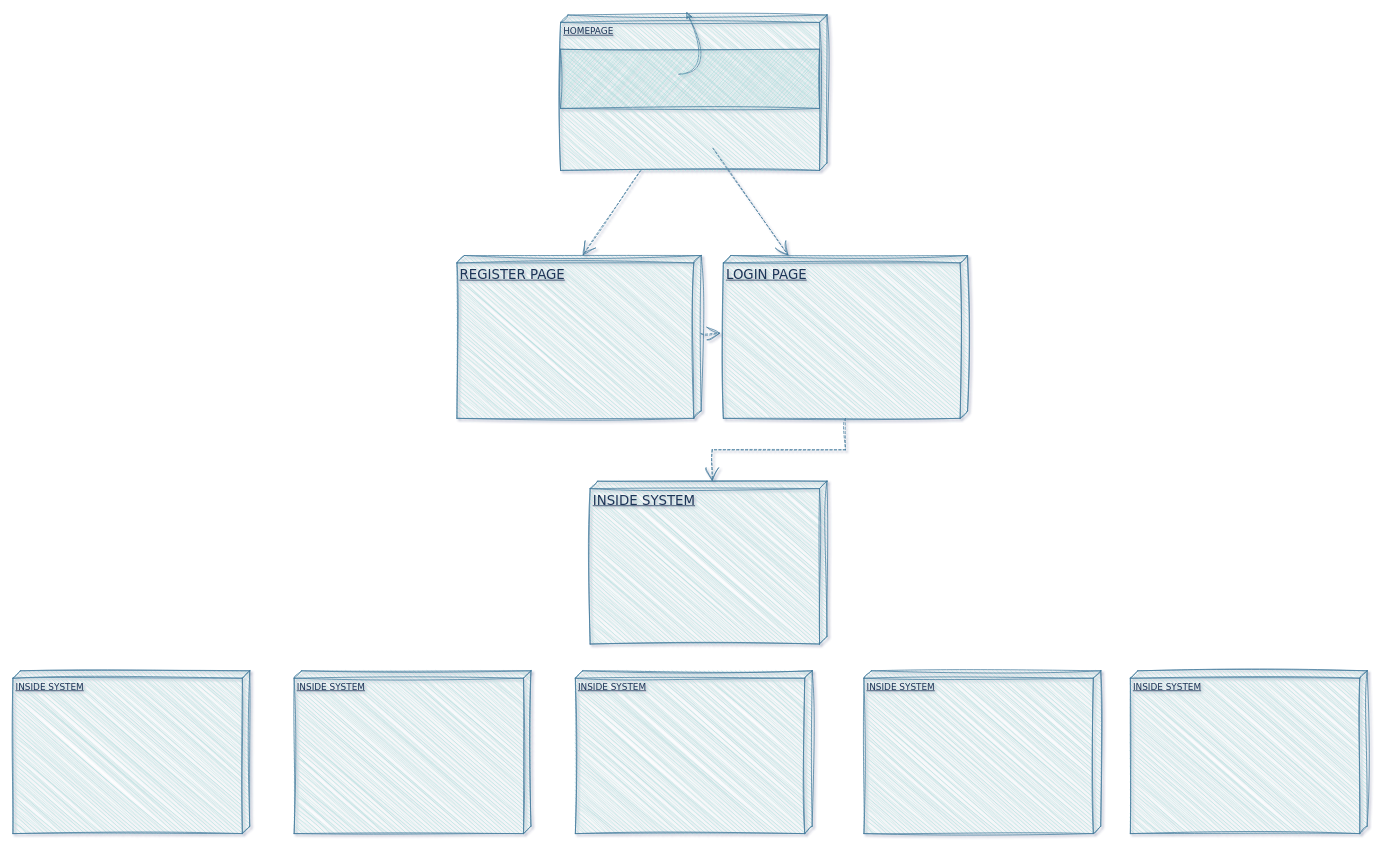
The draw.io diagram Diagrama sem nome.drawio in ICEI-PUC-Minas-PMV-ADS/pmv-ads-2023-1-e1-proj-web-t5-pmv-ads-2023-1-e1-proj-web-t5-protags, before the edit. Source tidied: cells renumbered, new cells numbered last; positions are measured from the earlier drawing's top-left corner, leaving out a move shared by most shapes. Both pictures are drawn from the tidied source at 74%, with x=0, y=0 at pixel (13, 15).
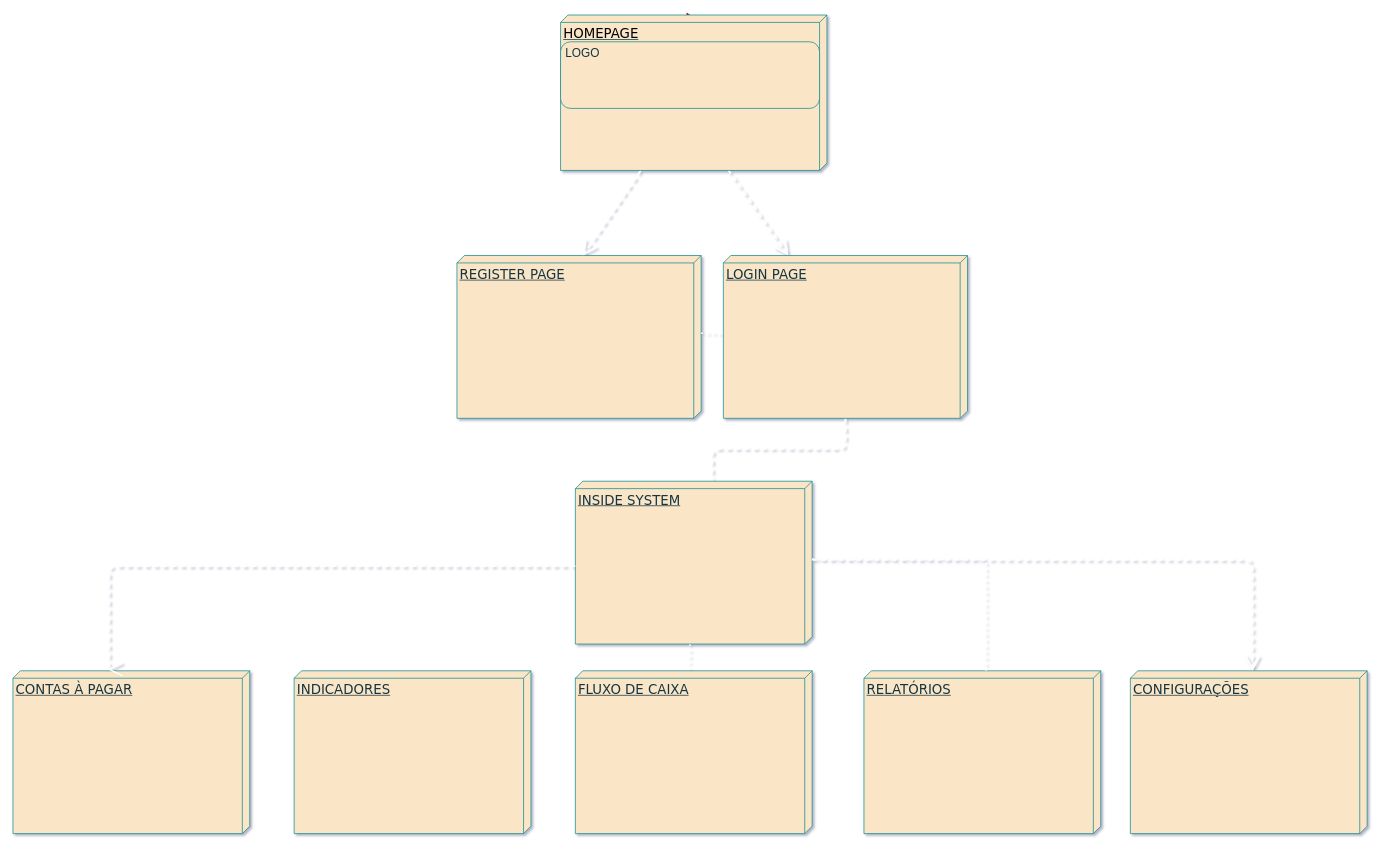
The same diagram, later.

Commit message:
Diagrama Protags

What changed in the source:
```diff
@@
-    <mxCell id="2" value="&lt;font style=&quot;font-size: 18px;&quot;&gt;REGISTER PAGE&lt;/font&gt;" style="verticalAlign=top;align=left;spacingTop=8;spacingLeft=2;spacingRight=12;shape=cube;size=10;direction=south;fontStyle=4;html=1;rounded=0;shadow=0;comic=0;labelBackgroundColor=none;strokeWidth=1;fontFamily=Verdana;fontSize=12;sketch=1;curveFitting=1;jiggle=2;fillColor=#A8DADC;strokeColor=#457B9D;fontColor=#1D3557;" parent="1" vertex="1">
+    <mxCell id="2" value="&lt;font style=&quot;font-size: 18px;&quot;&gt;REGISTER PAGE&lt;/font&gt;" style="verticalAlign=top;align=left;spacingTop=8;spacingLeft=2;spacingRight=12;shape=cube;size=10;direction=south;fontStyle=4;html=1;rounded=1;shadow=0;comic=0;labelBackgroundColor=none;strokeWidth=1;fontFamily=Verdana;fontSize=12;fillColor=#FAE5C7;strokeColor=#0F8B8D;fontColor=#143642;" parent="1" vertex="1">
       <mxGeometry x="600" y="324.8" width="330" height="220" as="geometry" />
     </mxCell>
-    <mxCell id="3" style="edgeStyle=none;rounded=0;html=1;dashed=1;labelBackgroundColor=none;startArrow=none;startFill=0;startSize=8;endArrow=open;endFill=0;endSize=16;fontFamily=Verdana;fontSize=12;sketch=1;curveFitting=1;jiggle=2;strokeColor=#457B9D;fontColor=default;" parent="1" edge="1" target="7">
+    <mxCell id="3" style="edgeStyle=none;rounded=1;html=1;dashed=1;labelBackgroundColor=none;startArrow=none;startFill=0;startSize=8;endArrow=open;endFill=0;endSize=16;fontFamily=Verdana;fontSize=12;strokeColor=#FFFFFF;fontColor=default;strokeWidth=2;" parent="1" edge="1" target="7">
       <mxGeometry relative="1" as="geometry">
         <mxPoint x="946" y="179.8" as="sourcePoint" />
       </mxGeometry>
     </mxCell>
-    <mxCell id="4" style="edgeStyle=none;rounded=0;html=1;dashed=1;labelBackgroundColor=none;startArrow=none;startFill=0;startSize=8;endArrow=open;endFill=0;endSize=16;fontFamily=Verdana;fontSize=12;entryX=0;entryY=0;entryDx=0;entryDy=160;entryPerimeter=0;sketch=1;curveFitting=1;jiggle=2;strokeColor=#457B9D;fontColor=default;" parent="1" edge="1" source="9" target="2">
+    <mxCell id="4" style="edgeStyle=none;rounded=1;html=1;dashed=1;labelBackgroundColor=none;startArrow=none;startFill=0;startSize=8;endArrow=open;endFill=0;endSize=16;fontFamily=Verdana;fontSize=12;entryX=0;entryY=0;entryDx=0;entryDy=160;entryPerimeter=0;strokeColor=#FFFFFF;fontColor=default;strokeWidth=2;" parent="1" edge="1" source="9" target="2">
       <mxGeometry relative="1" as="geometry" />
     </mxCell>
-    <mxCell id="5" style="edgeStyle=orthogonalEdgeStyle;rounded=0;html=1;dashed=1;labelBackgroundColor=none;startArrow=none;startFill=0;startSize=8;endArrow=open;endFill=0;endSize=16;fontFamily=Verdana;fontSize=12;entryX=0;entryY=0;entryDx=0;entryDy=155;entryPerimeter=0;sketch=1;curveFitting=1;jiggle=2;strokeColor=#457B9D;fontColor=default;" parent="1" edge="1" source="7" target="6">
-      <mxGeometry relative="1" as="geometry" />
+    <mxCell id="5" style="edgeStyle=orthogonalEdgeStyle;rounded=1;html=1;dashed=1;labelBackgroundColor=none;startArrow=none;startFill=0;startSize=8;endArrow=open;endFill=0;endSize=16;fontFamily=Verdana;fontSize=12;entryX=0;entryY=0;entryDx=0;entryDy=155;entryPerimeter=0;strokeColor=#FFFFFF;fontColor=default;fillColor=#f8cecc;strokeWidth=2;" parent="1" edge="1" source="7" target="6">
+      <mxGeometry relative="1" as="geometry">
+        <Array as="points">
+          <mxPoint x="1125" y="586" />
+          <mxPoint x="945" y="586" />
+          <mxPoint x="945" y="646" />
+          <mxPoint x="925" y="646" />
+        </Array>
+      </mxGeometry>
     </mxCell>
-    <mxCell id="6" value="&lt;font style=&quot;font-size: 18px;&quot;&gt;INSIDE SYSTEM&lt;/font&gt;" style="verticalAlign=top;align=left;spacingTop=8;spacingLeft=2;spacingRight=12;shape=cube;size=10;direction=south;fontStyle=4;html=1;rounded=0;shadow=0;comic=0;labelBackgroundColor=none;strokeWidth=1;fontFamily=Verdana;fontSize=12;sketch=1;curveFitting=1;jiggle=2;fillColor=#A8DADC;strokeColor=#457B9D;fontColor=#1D3557;" parent="1" vertex="1">
-      <mxGeometry x="780" y="629.8" width="320" height="220" as="geometry" />
+    <mxCell id="6" value="&lt;font style=&quot;font-size: 18px;&quot;&gt;INSIDE SYSTEM&lt;/font&gt;" style="verticalAlign=top;align=left;spacingTop=8;spacingLeft=2;spacingRight=12;shape=cube;size=10;direction=south;fontStyle=4;html=1;rounded=1;shadow=0;comic=0;labelBackgroundColor=none;strokeWidth=1;fontFamily=Verdana;fontSize=12;fillColor=#FAE5C7;strokeColor=#0F8B8D;fontColor=#143642;" parent="1" vertex="1">
+      <mxGeometry x="760" y="629.8" width="320" height="220" as="geometry" />
     </mxCell>
-    <mxCell id="7" value="&lt;font style=&quot;font-size: 18px;&quot;&gt;LOGIN PAGE&lt;/font&gt;" style="verticalAlign=top;align=left;spacingTop=8;spacingLeft=2;spacingRight=12;shape=cube;size=10;direction=south;fontStyle=4;html=1;rounded=0;shadow=0;comic=0;labelBackgroundColor=none;strokeWidth=1;fontFamily=Verdana;fontSize=12;sketch=1;curveFitting=1;jiggle=2;fillColor=#A8DADC;strokeColor=#457B9D;fontColor=#1D3557;" parent="1" vertex="1">
+    <mxCell id="7" value="&lt;font style=&quot;font-size: 18px;&quot;&gt;LOGIN PAGE&lt;/font&gt;" style="verticalAlign=top;align=left;spacingTop=8;spacingLeft=2;spacingRight=12;shape=cube;size=10;direction=south;fontStyle=4;html=1;rounded=1;shadow=0;comic=0;labelBackgroundColor=none;strokeWidth=1;fontFamily=Verdana;fontSize=12;fillColor=#FAE5C7;strokeColor=#0F8B8D;fontColor=#143642;" parent="1" vertex="1">
       <mxGeometry x="960" y="324.8" width="330" height="220" as="geometry" />
     </mxCell>
-    <mxCell id="8" style="curved=1;endArrow=classic;html=1;rounded=0;entryX=-0.018;entryY=0.527;entryDx=0;entryDy=0;entryPerimeter=0;sketch=1;curveFitting=1;jiggle=2;labelBackgroundColor=none;strokeColor=#457B9D;fontColor=default;" parent="1" edge="1" target="9">
+    <mxCell id="8" style="curved=1;endArrow=classic;html=1;rounded=1;entryX=-0.018;entryY=0.527;entryDx=0;entryDy=0;entryPerimeter=0;labelBackgroundColor=none;strokeColor=#A8201A;fontColor=default;" parent="1" edge="1" target="9">
       <mxGeometry relative="1" as="geometry">
         <mxPoint x="900" y="79.8" as="sourcePoint" />
         <Array as="points">
           <mxPoint x="950" y="79.8" />
         </Array>
       </mxGeometry>
     </mxCell>
-    <mxCell id="9" value="HOMEPAGE" style="verticalAlign=top;align=left;spacingTop=8;spacingLeft=2;spacingRight=12;shape=cube;size=10;direction=south;fontStyle=4;html=1;rounded=0;shadow=0;comic=0;labelBackgroundColor=none;strokeWidth=1;fontFamily=Verdana;fontSize=12;sketch=1;curveFitting=1;jiggle=2;fillColor=#A8DADC;strokeColor=#457B9D;fontColor=#1D3557;" parent="1" vertex="1">
+    <mxCell id="9" value="&lt;font color=&quot;#000000&quot; style=&quot;font-size: 18px;&quot;&gt;HOMEPAGE&lt;/font&gt;" style="verticalAlign=top;align=left;spacingTop=8;spacingLeft=2;spacingRight=12;shape=cube;size=10;direction=south;fontStyle=4;html=1;rounded=1;shadow=0;comic=0;labelBackgroundColor=none;strokeWidth=1;fontFamily=Verdana;fontSize=12;fillColor=#FAE5C7;strokeColor=#0F8B8D;fontColor=#143642;" parent="1" vertex="1">
       <mxGeometry x="740" y="-0.2" width="360" height="210" as="geometry" />
     </mxCell>
-    <mxCell id="10" style="rounded=0;whiteSpace=wrap;html=1;sketch=1;curveFitting=1;jiggle=2;labelBackgroundColor=none;fillColor=#A8DADC;strokeColor=#457B9D;fontColor=#1D3557;" parent="1" vertex="1">
-      <mxGeometry x="740" y="46" width="350" height="80" as="geometry" />
+    <mxCell id="10" value="&lt;br&gt;" style="rounded=1;whiteSpace=wrap;html=1;labelBackgroundColor=none;fillColor=#FAE5C7;strokeColor=#0F8B8D;fontColor=#143642;" parent="1" vertex="1">
+      <mxGeometry x="740" y="36" width="350" height="90" as="geometry" />
     </mxCell>
-    <mxCell id="11" style="edgeStyle=none;rounded=0;html=1;dashed=1;labelBackgroundColor=none;startArrow=none;startFill=0;startSize=8;endArrow=open;endFill=0;endSize=16;fontFamily=Verdana;fontSize=12;sketch=1;curveFitting=1;jiggle=2;strokeColor=#457B9D;fontColor=default;" parent="1" edge="1" source="2">
-      <mxGeometry relative="1" as="geometry">
-        <mxPoint x="956" y="429.8" as="targetPoint" />
-        <Array as="points">
-          <mxPoint x="956" y="429.8" />
-        </Array>
-      </mxGeometry>
-    </mxCell>
-    <mxCell id="12" value="INSIDE SYSTEM&lt;br&gt;" style="verticalAlign=top;align=left;spacingTop=8;spacingLeft=2;spacingRight=12;shape=cube;size=10;direction=south;fontStyle=4;html=1;rounded=0;shadow=0;comic=0;labelBackgroundColor=none;strokeWidth=1;fontFamily=Verdana;fontSize=12;sketch=1;curveFitting=1;jiggle=2;fillColor=#A8DADC;strokeColor=#457B9D;fontColor=#1D3557;" parent="1" vertex="1">
+    <mxCell id="12" value="&lt;span style=&quot;font-size: 18px;&quot;&gt;INDICADORES&lt;/span&gt;" style="verticalAlign=top;align=left;spacingTop=8;spacingLeft=2;spacingRight=12;shape=cube;size=10;direction=south;fontStyle=4;html=1;rounded=1;shadow=0;comic=0;labelBackgroundColor=none;strokeWidth=1;fontFamily=Verdana;fontSize=12;fillColor=#FAE5C7;strokeColor=#0F8B8D;fontColor=#143642;" parent="1" vertex="1">
       <mxGeometry x="380" y="886" width="320" height="220" as="geometry" />
     </mxCell>
-    <mxCell id="13" value="INSIDE SYSTEM&lt;br&gt;" style="verticalAlign=top;align=left;spacingTop=8;spacingLeft=2;spacingRight=12;shape=cube;size=10;direction=south;fontStyle=4;html=1;rounded=0;shadow=0;comic=0;labelBackgroundColor=none;strokeWidth=1;fontFamily=Verdana;fontSize=12;sketch=1;curveFitting=1;jiggle=2;fillColor=#A8DADC;strokeColor=#457B9D;fontColor=#1D3557;" parent="1" vertex="1">
+    <mxCell id="13" value="&lt;span style=&quot;font-size: 18px;&quot;&gt;FLUXO DE CAIXA&lt;/span&gt;" style="verticalAlign=top;align=left;spacingTop=8;spacingLeft=2;spacingRight=12;shape=cube;size=10;direction=south;fontStyle=4;html=1;rounded=1;shadow=0;comic=0;labelBackgroundColor=none;strokeWidth=1;fontFamily=Verdana;fontSize=12;fillColor=#FAE5C7;strokeColor=#0F8B8D;fontColor=#143642;" parent="1" vertex="1">
       <mxGeometry x="760" y="886" width="320" height="220" as="geometry" />
     </mxCell>
-    <mxCell id="14" value="INSIDE SYSTEM&lt;br&gt;" style="verticalAlign=top;align=left;spacingTop=8;spacingLeft=2;spacingRight=12;shape=cube;size=10;direction=south;fontStyle=4;html=1;rounded=0;shadow=0;comic=0;labelBackgroundColor=none;strokeWidth=1;fontFamily=Verdana;fontSize=12;sketch=1;curveFitting=1;jiggle=2;fillColor=#A8DADC;strokeColor=#457B9D;fontColor=#1D3557;" parent="1" vertex="1">
+    <mxCell id="14" value="&lt;font style=&quot;font-size: 18px;&quot;&gt;RELATÓRIOS&lt;/font&gt;" style="verticalAlign=top;align=left;spacingTop=8;spacingLeft=2;spacingRight=12;shape=cube;size=10;direction=south;fontStyle=4;html=1;rounded=1;shadow=0;comic=0;labelBackgroundColor=none;strokeWidth=1;fontFamily=Verdana;fontSize=12;fillColor=#FAE5C7;strokeColor=#0F8B8D;fontColor=#143642;" parent="1" vertex="1">
       <mxGeometry x="1150" y="886" width="320" height="220" as="geometry" />
     </mxCell>
-    <mxCell id="15" value="INSIDE SYSTEM&lt;br&gt;" style="verticalAlign=top;align=left;spacingTop=8;spacingLeft=2;spacingRight=12;shape=cube;size=10;direction=south;fontStyle=4;html=1;rounded=0;shadow=0;comic=0;labelBackgroundColor=none;strokeWidth=1;fontFamily=Verdana;fontSize=12;sketch=1;curveFitting=1;jiggle=2;fillColor=#A8DADC;strokeColor=#457B9D;fontColor=#1D3557;" parent="1" vertex="1">
+    <mxCell id="15" value="&lt;font style=&quot;font-size: 18px;&quot;&gt;CONFIGURAÇÕES&lt;/font&gt;" style="verticalAlign=top;align=left;spacingTop=8;spacingLeft=2;spacingRight=12;shape=cube;size=10;direction=south;fontStyle=4;html=1;rounded=1;shadow=0;comic=0;labelBackgroundColor=none;strokeWidth=1;fontFamily=Verdana;fontSize=12;fillColor=#FAE5C7;strokeColor=#0F8B8D;fontColor=#143642;" parent="1" vertex="1">
       <mxGeometry x="1510" y="886" width="320" height="220" as="geometry" />
     </mxCell>
-    <mxCell id="16" value="INSIDE SYSTEM&lt;br&gt;" style="verticalAlign=top;align=left;spacingTop=8;spacingLeft=2;spacingRight=12;shape=cube;size=10;direction=south;fontStyle=4;html=1;rounded=0;shadow=0;comic=0;labelBackgroundColor=none;strokeWidth=1;fontFamily=Verdana;fontSize=12;sketch=1;curveFitting=1;jiggle=2;fillColor=#A8DADC;strokeColor=#457B9D;fontColor=#1D3557;" parent="1" vertex="1">
+    <mxCell id="16" value="&lt;font style=&quot;font-size: 18px;&quot;&gt;CONTAS À PAGAR&lt;/font&gt;" style="verticalAlign=top;align=left;spacingTop=8;spacingLeft=2;spacingRight=12;shape=cube;size=10;direction=south;fontStyle=4;html=1;rounded=1;shadow=0;comic=0;labelBackgroundColor=none;strokeWidth=1;fontFamily=Verdana;fontSize=12;fillColor=#FAE5C7;strokeColor=#0F8B8D;fontColor=#143642;" parent="1" vertex="1">
       <mxGeometry y="886" width="320" height="220" as="geometry" />
     </mxCell>
+    <mxCell id="17" style="edgeStyle=orthogonalEdgeStyle;rounded=1;html=1;dashed=1;labelBackgroundColor=none;startArrow=none;startFill=0;startSize=8;endArrow=open;endFill=0;endSize=16;fontFamily=Verdana;fontSize=12;entryX=-0.009;entryY=0.6;entryDx=0;entryDy=0;entryPerimeter=0;strokeColor=#FFFFFF;fontColor=default;fillColor=#f8cecc;exitX=0;exitY=0;exitDx=115;exitDy=320;exitPerimeter=0;strokeWidth=2;" parent="1" edge="1" source="6" target="16">
+      <mxGeometry relative="1" as="geometry">
+        <Array as="points">
+          <mxPoint x="130" y="745" />
+          <mxPoint x="130" y="884" />
+        </Array>
+      </mxGeometry>
+    </mxCell>
+    <mxCell id="18" style="endArrow=none;dashed=1;html=1;dashPattern=1 3;strokeWidth=2;rounded=0;strokeColor=#FFFFFF;fontColor=#143642;fillColor=#FAE5C7;exitX=0;exitY=0;exitDx=105;exitDy=0;exitPerimeter=0;entryX=0;entryY=0;entryDx=0;entryDy=155;entryPerimeter=0;" parent="1" edge="1" source="6" target="14">
+      <mxGeometry relative="1" as="geometry">
+        <Array as="points">
+          <mxPoint x="1315" y="735" />
+        </Array>
+      </mxGeometry>
+    </mxCell>
+    <mxCell id="19" style="endArrow=none;dashed=1;html=1;dashPattern=1 3;strokeWidth=2;rounded=0;strokeColor=#FFFFFF;fontColor=#143642;fillColor=#FAE5C7;entryX=0;entryY=0;entryDx=220;entryDy=165;entryPerimeter=0;exitX=-0.008;exitY=0.519;exitDx=0;exitDy=0;exitPerimeter=0;" parent="1" edge="1" source="13" target="6">
+      <mxGeometry relative="1" as="geometry" />
+    </mxCell>
+    <mxCell id="20" style="endArrow=none;dashed=1;html=1;dashPattern=1 3;strokeWidth=2;rounded=0;strokeColor=#FFFFFF;fontColor=#143642;fillColor=#FAE5C7;exitX=0;exitY=0;exitDx=105;exitDy=0;exitPerimeter=0;" parent="1" edge="1" source="2" target="7">
+      <mxGeometry relative="1" as="geometry" />
+    </mxCell>
+    <mxCell id="21" style="edgeStyle=orthogonalEdgeStyle;rounded=1;html=1;dashed=1;labelBackgroundColor=none;startArrow=none;startFill=0;startSize=8;endArrow=open;endFill=0;endSize=16;fontFamily=Verdana;fontSize=12;strokeColor=#FFFFFF;fontColor=default;fillColor=#f8cecc;strokeWidth=2;entryX=0;entryY=0;entryDx=0;entryDy=155;entryPerimeter=0;" parent="1" edge="1" target="15">
+      <mxGeometry relative="1" as="geometry">
+        <mxPoint x="1080" y="736" as="sourcePoint" />
+        <Array as="points">
+          <mxPoint x="1675" y="736" />
+        </Array>
+      </mxGeometry>
+    </mxCell>
+    <mxCell id="22" value="&lt;font style=&quot;font-size: 16px;&quot;&gt;LOGO&lt;/font&gt;" style="text;html=1;strokeColor=none;fillColor=none;align=center;verticalAlign=middle;whiteSpace=wrap;rounded=0;fontColor=#143642;strokeWidth=3;" parent="1" vertex="1">
+      <mxGeometry x="740" y="36" width="60" height="30" as="geometry" />
+    </mxCell>
```
